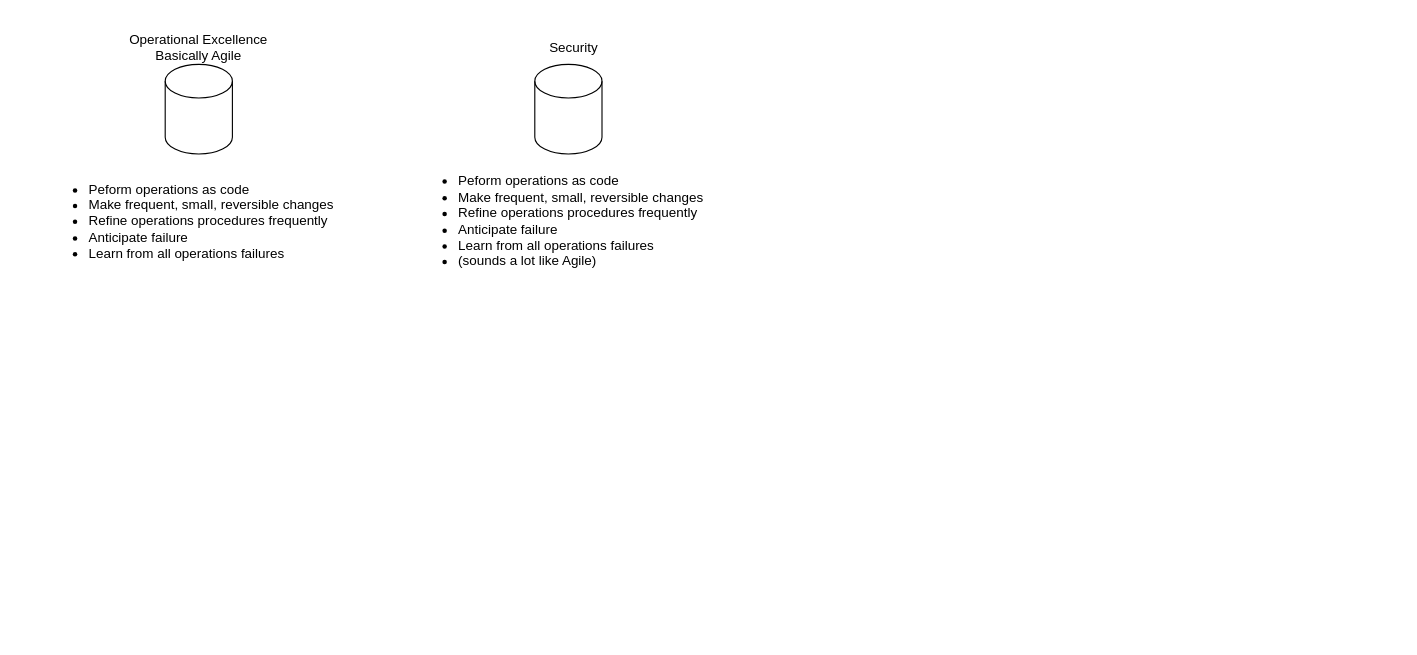
Above: digrams/aws well architected.drawio in yatsky/AWS-Digrams (draw.io), before the change. Source tidied: cells renumbered, new cells numbered last; positions are measured from the earlier drawing's top-left corner, leaving out a move shared by most shapes. Both pictures are drawn from the tidied source at 112%, with x=0, y=0 at pixel (41, 30).
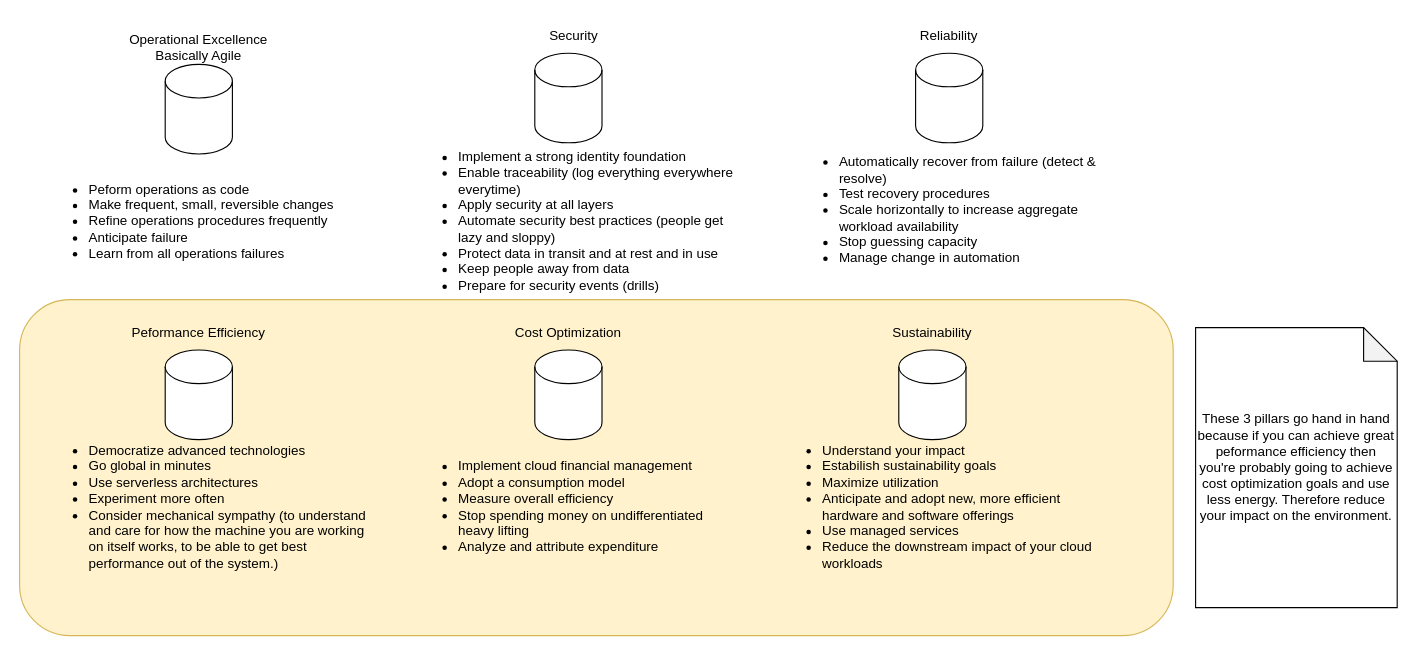
The same diagram, later.

What changed in the source:
```diff
@@
+    <mxCell id="8" style="rounded=1;whiteSpace=wrap;html=1;fillColor=#fff2cc;strokeColor=#d6b656;" parent="1" vertex="1">
+      <mxGeometry x="-20" y="240" width="1030" height="300" as="geometry" />
+    </mxCell>
@@
     <mxCell id="4" style="shape=cylinder3;whiteSpace=wrap;html=1;boundedLbl=1;backgroundOutline=1;size=15;" parent="1" vertex="1">
-      <mxGeometry x="440" y="30" width="60" height="80" as="geometry" />
+      <mxGeometry x="440" y="20" width="60" height="80" as="geometry" />
     </mxCell>
-    <mxCell id="5" value="&lt;ul&gt;&lt;li&gt;Peform operations as code&lt;/li&gt;&lt;li&gt;Make frequent, small, reversible changes&lt;/li&gt;&lt;li&gt;Refine operations procedures frequently&lt;/li&gt;&lt;li&gt;Anticipate failure&lt;/li&gt;&lt;li&gt;Learn from all operations failures&lt;/li&gt;&lt;li&gt;(sounds a lot like Agile)&lt;/li&gt;&lt;/ul&gt;" style="text;html=1;strokeColor=none;fillColor=none;align=left;verticalAlign=middle;whiteSpace=wrap;rounded=0;" parent="1" vertex="1">
+    <mxCell id="5" value="&lt;ul&gt;&lt;li&gt;&lt;span&gt;Implement a strong identity foundation&lt;/span&gt;&lt;/li&gt;&lt;li&gt;Enable traceability (log everything everywhere everytime)&lt;/li&gt;&lt;li&gt;Apply security at all layers&lt;/li&gt;&lt;li&gt;Automate security best practices (people get lazy and sloppy)&lt;/li&gt;&lt;li&gt;Protect data in transit and at rest and in use&lt;/li&gt;&lt;li&gt;Keep people away from data&lt;/li&gt;&lt;li&gt;Prepare for security events (drills)&lt;/li&gt;&lt;/ul&gt;" style="text;html=1;strokeColor=none;fillColor=none;align=left;verticalAlign=middle;whiteSpace=wrap;rounded=0;" parent="1" vertex="1">
       <mxGeometry x="330" y="100" width="290" height="140" as="geometry" />
     </mxCell>
@@
     <mxCell id="7" value="&lt;div&gt;&lt;span&gt;Security&lt;/span&gt;&lt;/div&gt;" style="text;html=1;strokeColor=none;fillColor=none;align=center;verticalAlign=middle;whiteSpace=wrap;rounded=0;" parent="1" vertex="1">
-      <mxGeometry x="375" width="200" height="30" as="geometry" />
+      <mxGeometry x="375" y="-10" width="200" height="30" as="geometry" />
     </mxCell>
+    <mxCell id="9" style="shape=cylinder3;whiteSpace=wrap;html=1;boundedLbl=1;backgroundOutline=1;size=15;" parent="1" vertex="1">
+      <mxGeometry x="780" y="20" width="60" height="80" as="geometry" />
+    </mxCell>
+    <mxCell id="10" value="&lt;ul&gt;&lt;li&gt;Automatically recover from failure (detect &amp;amp; resolve)&lt;/li&gt;&lt;li&gt;Test recovery procedures&lt;/li&gt;&lt;li&gt;Scale horizontally to increase aggregate workload availability&lt;/li&gt;&lt;li&gt;Stop guessing capacity&lt;/li&gt;&lt;li&gt;Manage change in automation&lt;/li&gt;&lt;/ul&gt;" style="text;html=1;strokeColor=none;fillColor=none;align=left;verticalAlign=middle;whiteSpace=wrap;rounded=0;" parent="1" vertex="1">
+      <mxGeometry x="670" y="90" width="290" height="140" as="geometry" />
+    </mxCell>
+    <mxCell id="11" value="&lt;div&gt;Reliability&lt;/div&gt;" style="text;html=1;strokeColor=none;fillColor=none;align=center;verticalAlign=middle;whiteSpace=wrap;rounded=0;" parent="1" vertex="1">
+      <mxGeometry x="710" y="-10" width="200" height="30" as="geometry" />
+    </mxCell>
+    <mxCell id="12" style="shape=cylinder3;whiteSpace=wrap;html=1;boundedLbl=1;backgroundOutline=1;size=15;" parent="1" vertex="1">
+      <mxGeometry x="110" y="285" width="60" height="80" as="geometry" />
+    </mxCell>
+    <mxCell id="13" value="&lt;ul&gt;&lt;li&gt;Democratize advanced technologies&lt;/li&gt;&lt;li&gt;Go global in minutes&lt;/li&gt;&lt;li&gt;Use serverless architectures&lt;/li&gt;&lt;li&gt;Experiment more often&lt;/li&gt;&lt;li&gt;Consider mechanical sympathy (to understand and care for how the machine you are working on itself works, to be able to get best performance out of the system.)&lt;/li&gt;&lt;/ul&gt;" style="text;html=1;strokeColor=none;fillColor=none;align=left;verticalAlign=middle;whiteSpace=wrap;rounded=0;" parent="1" vertex="1">
+      <mxGeometry y="355" width="290" height="140" as="geometry" />
+    </mxCell>
+    <mxCell id="14" value="&lt;div&gt;Peformance Efficiency&lt;/div&gt;" style="text;html=1;strokeColor=none;fillColor=none;align=center;verticalAlign=middle;whiteSpace=wrap;rounded=0;" parent="1" vertex="1">
+      <mxGeometry x="40" y="255" width="200" height="30" as="geometry" />
+    </mxCell>
+    <mxCell id="15" style="shape=cylinder3;whiteSpace=wrap;html=1;boundedLbl=1;backgroundOutline=1;size=15;" parent="1" vertex="1">
+      <mxGeometry x="440" y="285" width="60" height="80" as="geometry" />
+    </mxCell>
+    <mxCell id="16" value="&lt;ul&gt;&lt;li&gt;Implement cloud financial management&lt;/li&gt;&lt;li&gt;Adopt a consumption model&lt;/li&gt;&lt;li&gt;Measure overall efficiency&lt;/li&gt;&lt;li&gt;Stop spending money on undifferentiated heavy lifting&lt;/li&gt;&lt;li&gt;Analyze and attribute expenditure&lt;/li&gt;&lt;/ul&gt;" style="text;html=1;strokeColor=none;fillColor=none;align=left;verticalAlign=middle;whiteSpace=wrap;rounded=0;" parent="1" vertex="1">
+      <mxGeometry x="330" y="355" width="290" height="140" as="geometry" />
+    </mxCell>
+    <mxCell id="17" value="&lt;div&gt;Cost Optimization&lt;/div&gt;" style="text;html=1;strokeColor=none;fillColor=none;align=center;verticalAlign=middle;whiteSpace=wrap;rounded=0;" parent="1" vertex="1">
+      <mxGeometry x="370" y="255" width="200" height="30" as="geometry" />
+    </mxCell>
+    <mxCell id="18" style="shape=cylinder3;whiteSpace=wrap;html=1;boundedLbl=1;backgroundOutline=1;size=15;" parent="1" vertex="1">
+      <mxGeometry x="765" y="285" width="60" height="80" as="geometry" />
+    </mxCell>
+    <mxCell id="19" value="&lt;ul&gt;&lt;li&gt;Understand your impact&lt;/li&gt;&lt;li&gt;Estabilish sustainability goals&lt;/li&gt;&lt;li&gt;Maximize utilization&lt;/li&gt;&lt;li&gt;Anticipate and adopt new, more efficient hardware and software offerings&lt;/li&gt;&lt;li&gt;Use managed services&lt;/li&gt;&lt;li&gt;Reduce the downstream impact of your cloud workloads&lt;/li&gt;&lt;/ul&gt;" style="text;html=1;strokeColor=none;fillColor=none;align=left;verticalAlign=middle;whiteSpace=wrap;rounded=0;" parent="1" vertex="1">
+      <mxGeometry x="655" y="355" width="290" height="140" as="geometry" />
+    </mxCell>
+    <mxCell id="20" value="&lt;div&gt;Sustainability&lt;/div&gt;" style="text;html=1;strokeColor=none;fillColor=none;align=center;verticalAlign=middle;whiteSpace=wrap;rounded=0;" parent="1" vertex="1">
+      <mxGeometry x="695" y="255" width="200" height="30" as="geometry" />
+    </mxCell>
+    <mxCell id="21" value="These 3 pillars go hand in hand because if you can achieve great peformance efficiency then you're probably going to achieve cost optimization goals and use less energy. Therefore reduce your impact on the environment." style="shape=note;whiteSpace=wrap;html=1;backgroundOutline=1;darkOpacity=0.05;" parent="1" vertex="1">
+      <mxGeometry x="1030" y="265" width="180" height="250" as="geometry" />
+    </mxCell>
```
